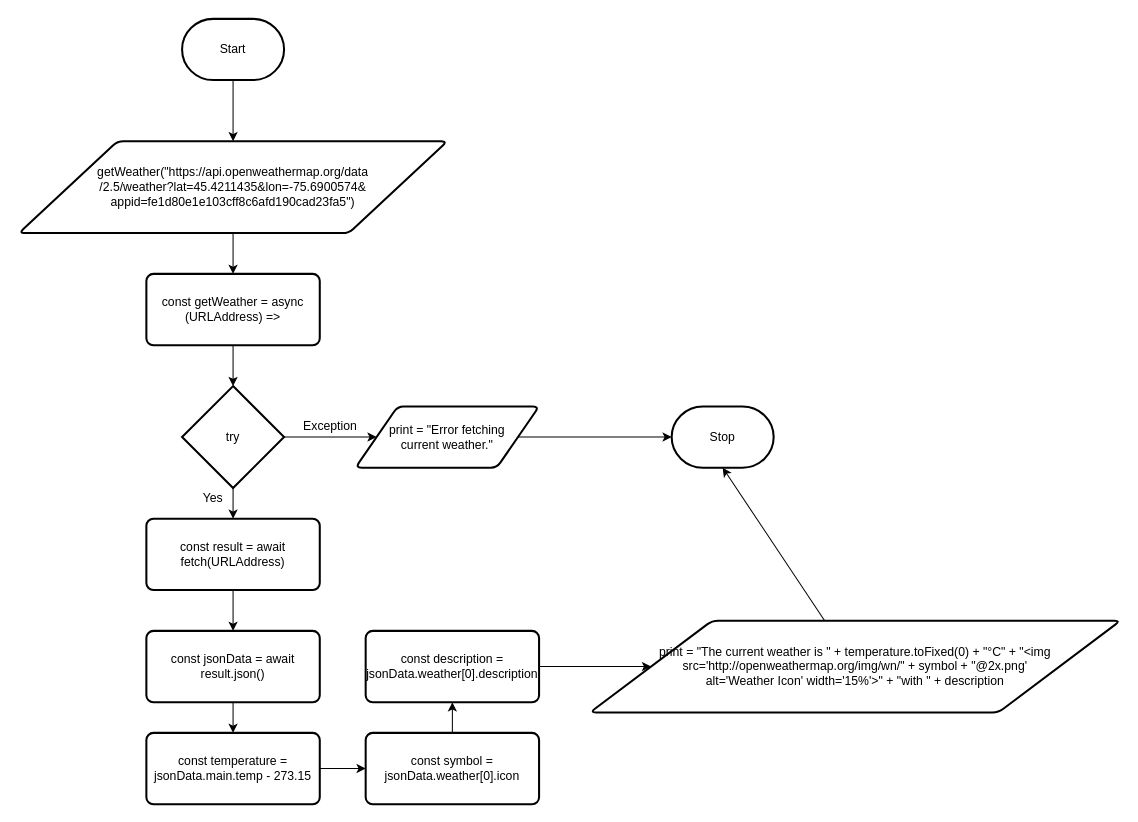
Before: design/flow-chart.drawio in Kenny-Le-281/ICS2O-Unit6-03-HTML, a draw.io diagram. Source tidied: cells renumbered, new cells numbered last; positions are measured from the earlier drawing's top-left corner, leaving out a move shared by most shapes. Both pictures are drawn from the tidied source at 102%, with x=0, y=0 at pixel (18, 18).
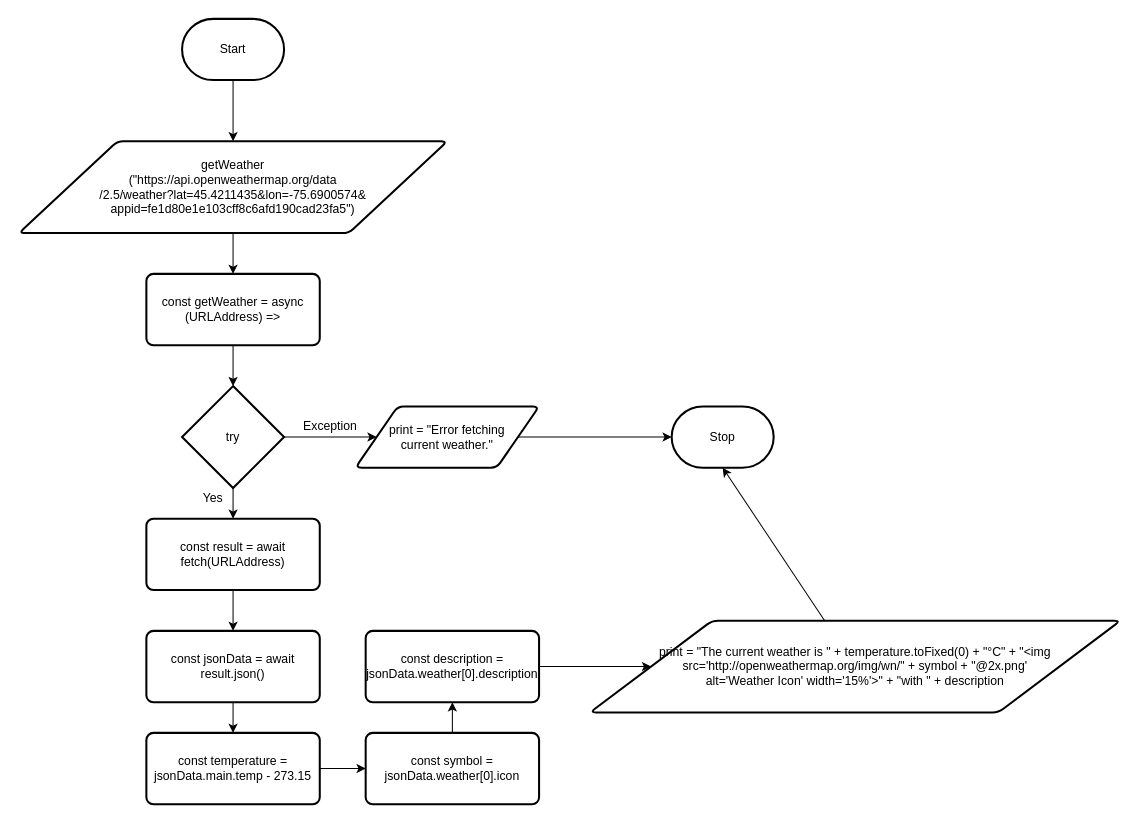
The same page after the edit.

The edit, as a diff of the source:
```diff
@@
-    <mxCell id="27" value="&lt;span&gt;getWeather(&quot;https://api.openweathermap.org/data&lt;br&gt;/2.5/weather?lat=45.4211435&amp;amp;lon=-75.6900574&amp;amp;&lt;br&gt;appid=fe1d80e1e103cff8c6afd190cad23fa5&quot;)&lt;/span&gt;" style="shape=parallelogram;html=1;strokeWidth=2;perimeter=parallelogramPerimeter;whiteSpace=wrap;rounded=1;arcSize=12;size=0.23;" parent="1" vertex="1">
+    <mxCell id="27" value="&lt;span&gt;getWeather&lt;br&gt;(&quot;https://api.openweathermap.org/data&lt;br&gt;/2.5/weather?lat=45.4211435&amp;amp;lon=-75.6900574&amp;amp;&lt;br&gt;appid=fe1d80e1e103cff8c6afd190cad23fa5&quot;)&lt;/span&gt;" style="shape=parallelogram;html=1;strokeWidth=2;perimeter=parallelogramPerimeter;whiteSpace=wrap;rounded=1;arcSize=12;size=0.23;" parent="1" vertex="1">
       <mxGeometry y="120" width="420" height="90" as="geometry" />
     </mxCell>
```
